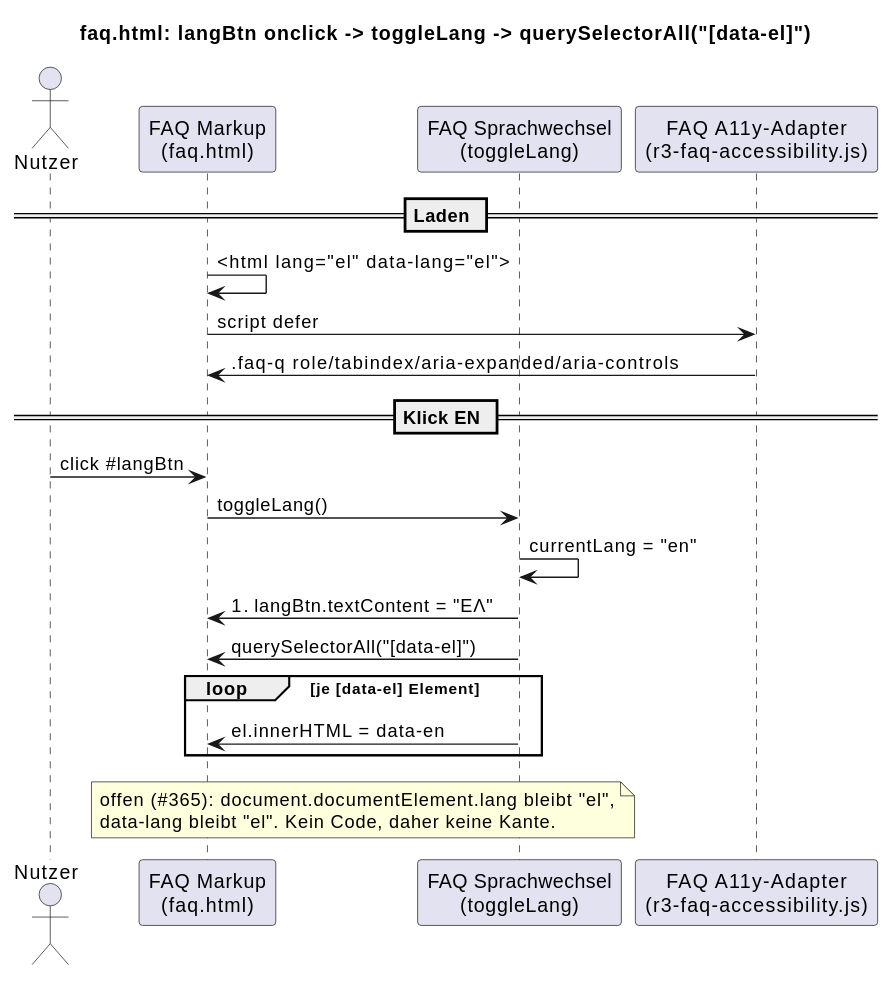
Earlier version of the PlantUML export docs/architecture/faq-lang-main-path.svg (NeaBouli/pnyx).
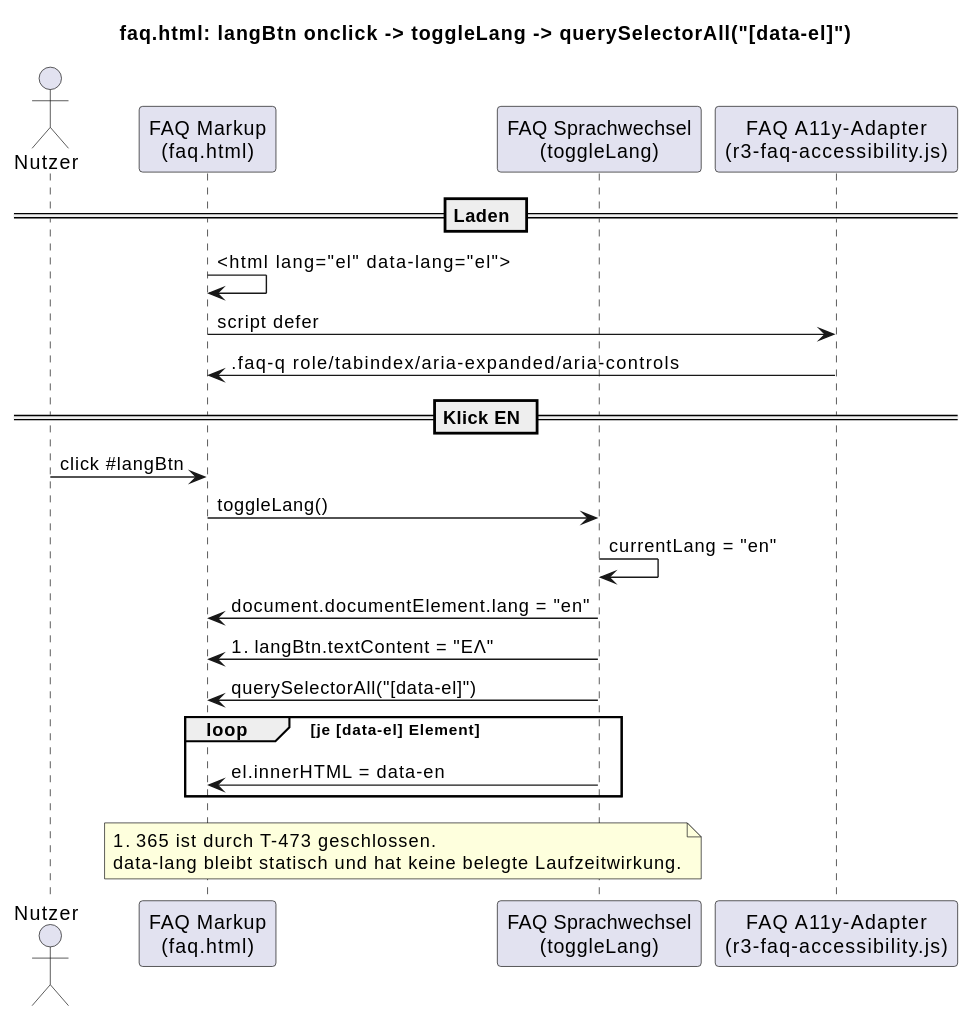
After the commit.

The edit, as a diff of the source:
```diff
@@ -16,13 +16,14 @@
 Nutzer -> Markup : click #langBtn
 Markup -> Toggle : toggleLang()
 Toggle -> Toggle : currentLang = "en"
+Toggle -> Markup : document.documentElement.lang = "en"
 Toggle -> Markup : #langBtn.textContent = "ΕΛ"
 Toggle -> Markup : querySelectorAll("[data-el]")
 loop je [data-el] Element
   Toggle -> Markup : el.innerHTML = data-en
 end
 note over Toggle, Markup
-  offen (#365): document.documentElement.lang bleibt "el",
-  data-lang bleibt "el". Kein Code, daher keine Kante.
+  #365 ist durch T-473 geschlossen.
+  data-lang bleibt statisch und hat keine belegte Laufzeitwirkung.
 end note
 @enduml
```
